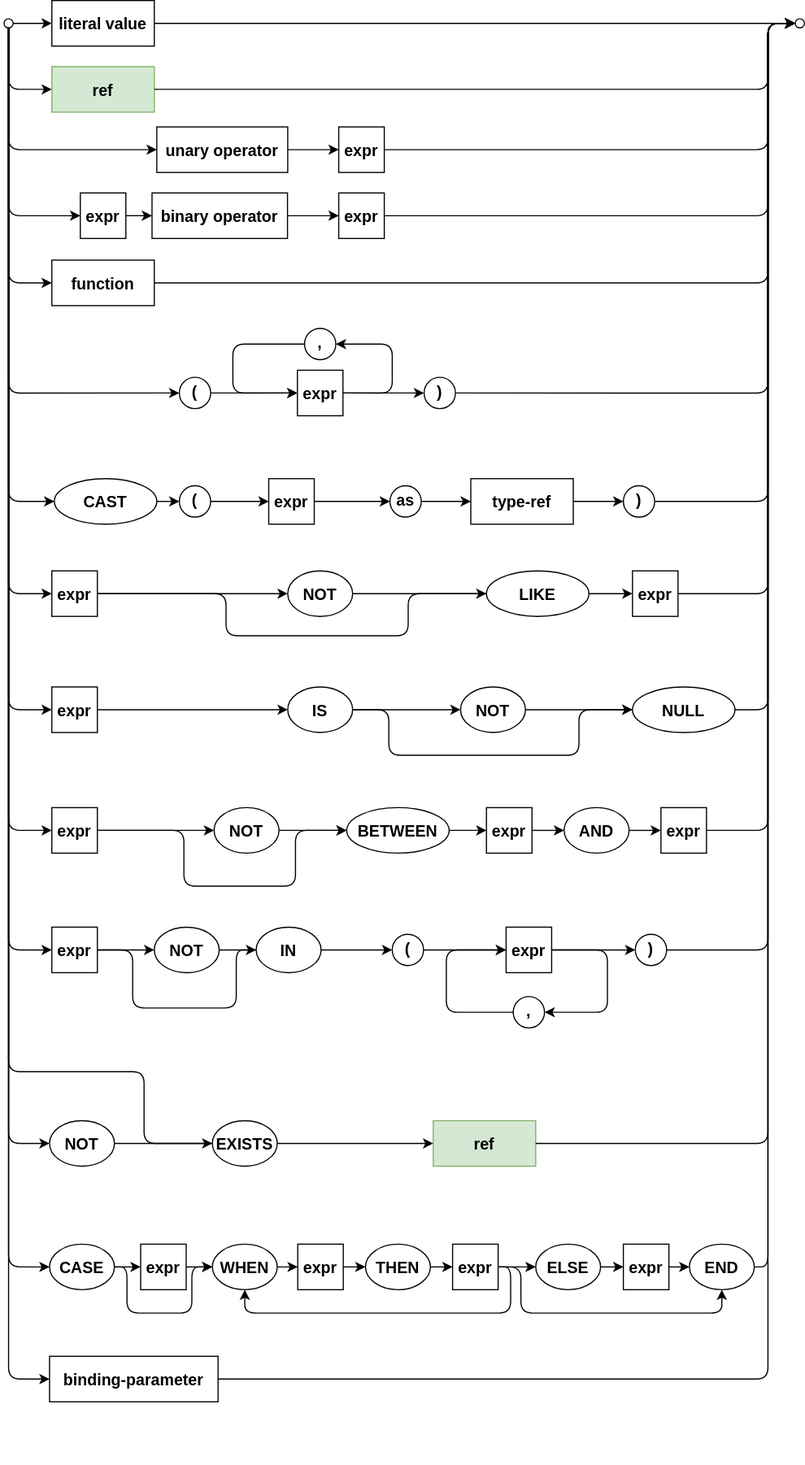
capire/docs keeps this draw.io diagram as assets/cxl/expr.drawio.svg. Above is the earlier version. Source tidied: cells renumbered, new cells last; positions are measured from the earlier drawing's top-left corner, leaving out a move shared by most shapes.
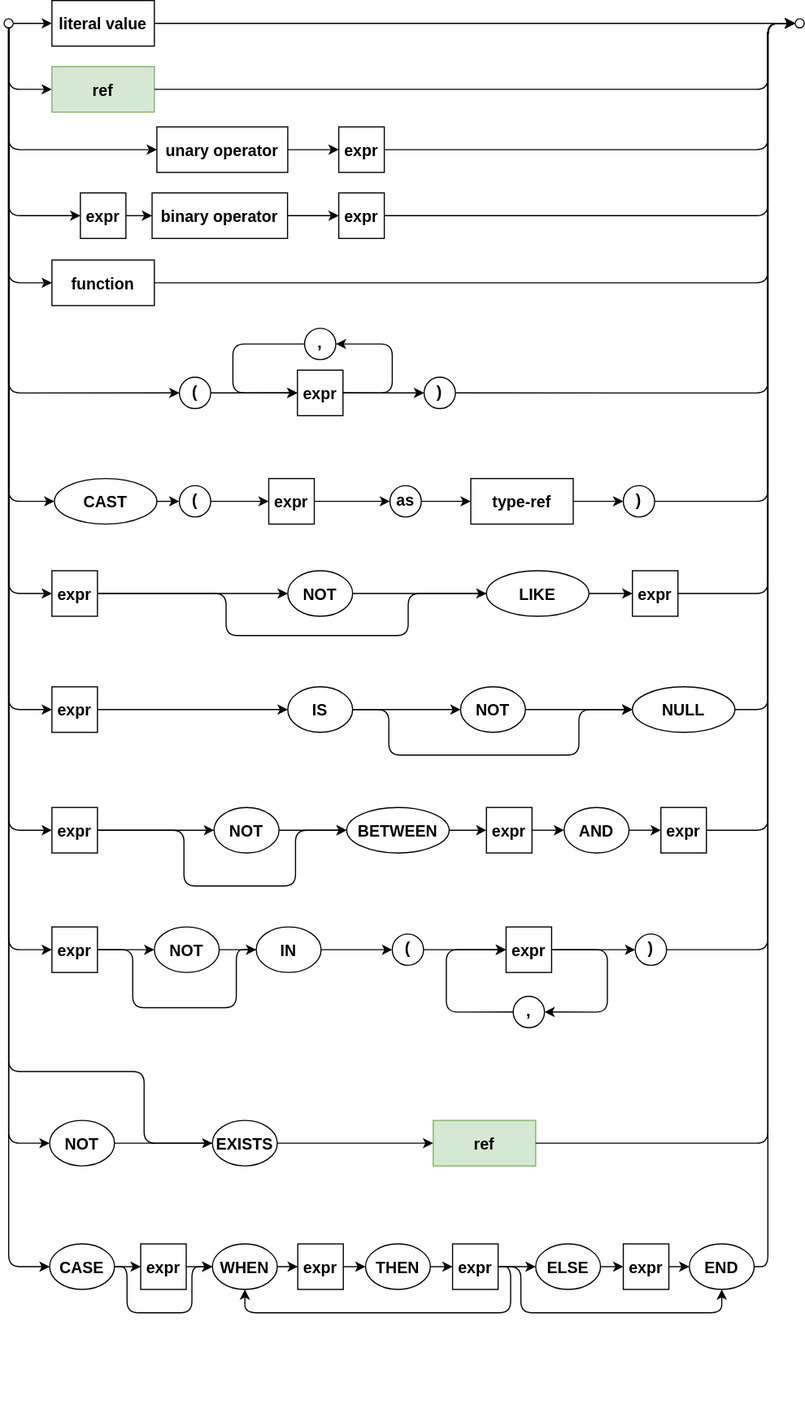
Later version of the same file.

Commit message:
remove binding parameter for first version

Change to the diagram source:
```diff
@@ -3,7 +3,7 @@
     <mxCell id="0" />
     <mxCell id="1" parent="0" />
     <mxCell id="2" value="Best viewed with the &lt;a href=&quot;https://github.com/ariel-bentu/tam-drawio&quot;&gt;TAM plugin&lt;/a&gt;" style="text;html=1;shape=tamPluginMissing;" parent="1" vertex="1">
-      <mxGeometry x="272.5" y="1261" width="200" height="25" as="geometry" />
+      <mxGeometry x="273.5" y="1227" width="200" height="25" as="geometry" />
     </mxCell>
     <mxCell id="3" style="edgeStyle=none;textDirection=ltr;verticalAlign=middle;spacing=2;strokeWidth=1;fontSize=14;fontStyle=1;horizontal=1;labelBorderColor=none;textShadow=0;" parent="1" edge="1" source="4" target="9">
       <mxGeometry relative="1" as="geometry" />
@@ -515,20 +515,6 @@
     <mxCell id="125" value="binary operator" style="rounded=0;strokeWidth=1;arcSize=37;textDirection=ltr;verticalAlign=middle;spacing=2;fontSize=14;fontStyle=1;horizontal=1;labelBorderColor=none;textShadow=0;perimeterSpacing=0;fillStyle=auto;" parent="1" vertex="1">
       <mxGeometry x="130" y="169" width="119" height="40" as="geometry" />
     </mxCell>
-    <mxCell id="126" value="binding-parameter" style="rounded=0;strokeWidth=1;arcSize=37;textDirection=ltr;verticalAlign=middle;spacing=2;fontSize=14;fontStyle=1;horizontal=1;labelBorderColor=none;textShadow=0;" parent="1" vertex="1">
-      <mxGeometry x="40" y="1191" width="148" height="40" as="geometry" />
-    </mxCell>
-    <mxCell id="127" style="edgeStyle=orthogonalEdgeStyle;rounded=1;jettySize=auto;exitX=0.5;exitY=1;exitDx=0;exitDy=0;entryX=0;entryY=0.5;entryDx=0;entryDy=0;startArrow=none;startFill=0;endArrow=classic;endFill=1;startSize=6;endSize=6;align=center;fontSize=12;labelBackgroundColor=none;" parent="1" edge="1" source="4" target="126">
-      <mxGeometry relative="1" as="geometry" />
-    </mxCell>
-    <mxCell id="128" style="edgeStyle=orthogonalEdgeStyle;rounded=1;jettySize=auto;exitX=1;exitY=0.5;exitDx=0;exitDy=0;entryX=0;entryY=0.5;entryDx=0;entryDy=0;startArrow=none;startFill=0;endArrow=classic;endFill=1;startSize=6;endSize=6;align=center;fontSize=12;labelBackgroundColor=none;" parent="1" edge="1" source="126" target="7">
-      <mxGeometry relative="1" as="geometry">
-        <Array as="points">
-          <mxPoint x="671" y="1211" />
-          <mxPoint x="671" y="20" />
-        </Array>
-      </mxGeometry>
-    </mxCell>
     <mxCell id="129" value="ref" style="rounded=0;strokeWidth=1;arcSize=37;textDirection=ltr;verticalAlign=middle;spacing=2;fontSize=14;fontStyle=1;horizontal=1;labelBorderColor=none;textShadow=0;fillColor=#d5e8d4;strokeColor=#82b366;" parent="1" vertex="1">
       <mxGeometry x="377" y="984" width="90" height="40" as="geometry" />
     </mxCell>
```
